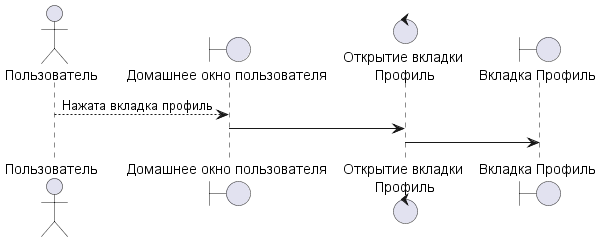
This is UML/out/Posledovatelnosty/PoProfil/PoProfil.wsd.png from Undetaker45/MDKP, a PlantUML export, as it was before one commit.
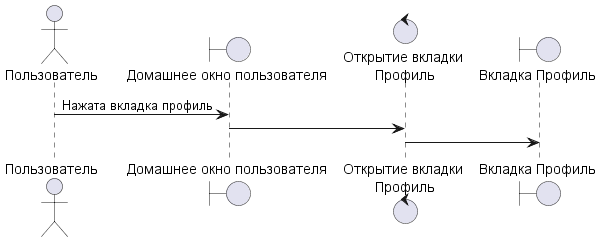
After the change.

Diff of the diagram source:
```diff
@@ -8,7 +8,7 @@
 
 boundary "Вкладка Профиль" as bo1
 
-pl --> bo: Нажата вкладка профиль
+pl -> bo: Нажата вкладка профиль
 
 bo -> co
 
```
